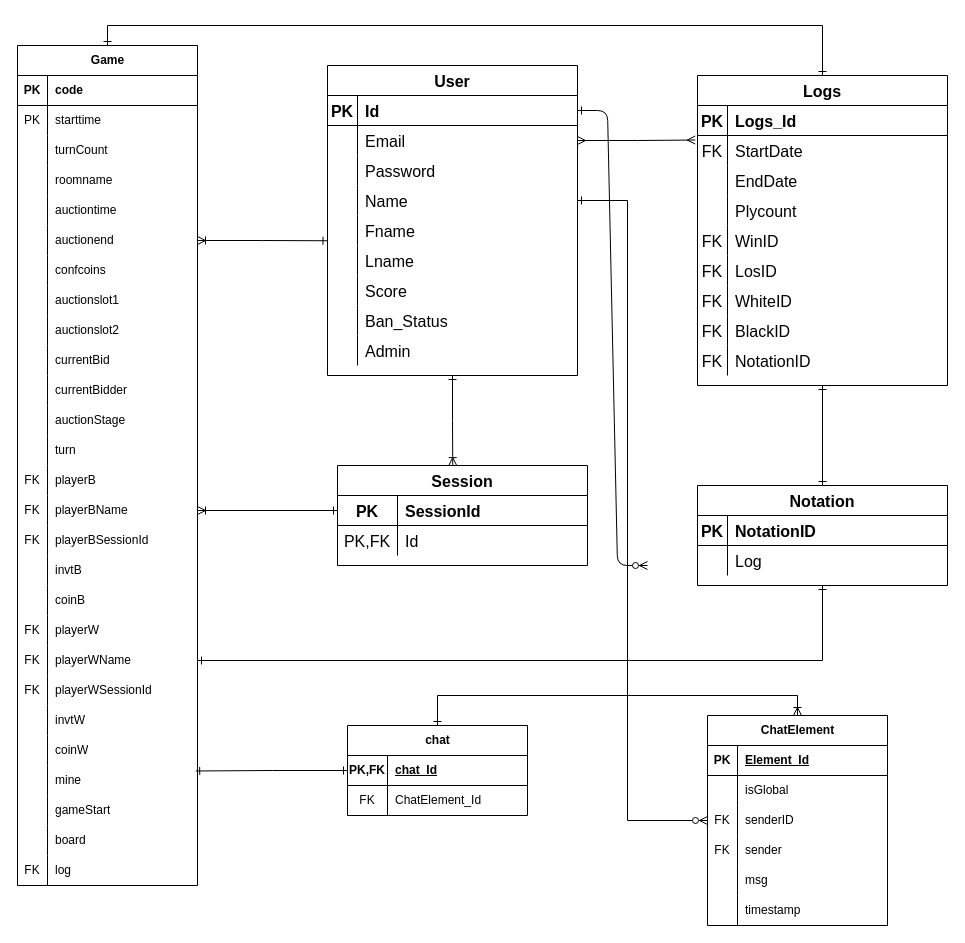
This is Diagrams/ERD.drawio from paowick/ChessButEbay, a draw.io file, before an edit. Source tidied: cells renumbered, new cells numbered last; positions are measured from the earlier drawing's top-left corner, leaving out a move shared by most shapes. Both pictures are drawn from the tidied source at 100%, with x=0, y=0 at pixel (17, 25).
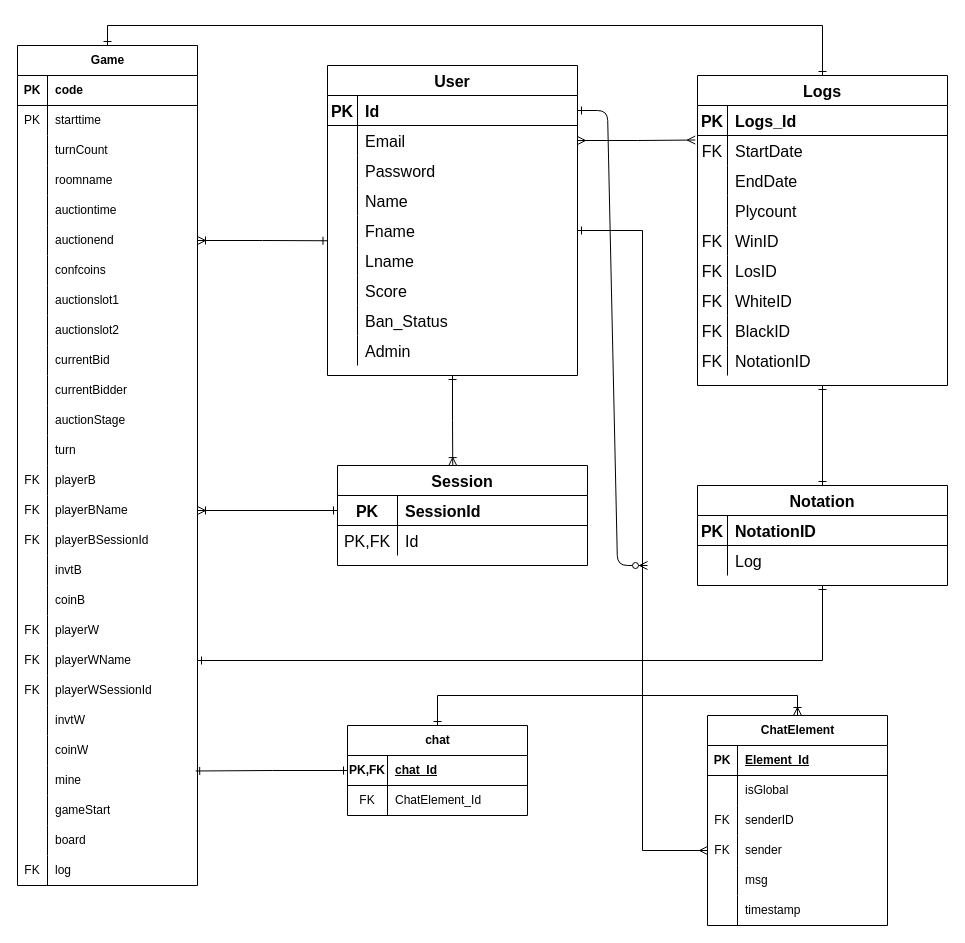
The same page after the edit.

The change refers to these unchanged cells:
```xml
<mxCell id="51" style="shape=partialRectangle;fillColor=none;points=[[0,0.5],[1,0.5]];portConstraint=eastwest;top=0;left=0;right=0;bottom=0;fontFamily=thai sarabun new;fontSize=16;fontStyle=0;" parent="41" vertex="1">
  <mxGeometry y="120" width="250" height="30" as="geometry" />
</mxCell>
<mxCell id="54" style="shape=partialRectangle;fillColor=none;points=[[0,0.5],[1,0.5]];portConstraint=eastwest;top=0;left=0;right=0;bottom=0;fontFamily=thai sarabun new;fontSize=16;fontStyle=0;" parent="41" vertex="1">
  <mxGeometry y="150" width="250" height="30" as="geometry" />
</mxCell>
<mxCell id="172" style="shape=tableRow;horizontal=0;startSize=0;swimlaneHead=0;swimlaneBody=0;fillColor=none;points=[[0,0.5],[1,0.5]];portConstraint=eastwest;top=0;left=0;right=0;bottom=0;" parent="165" vertex="1">
  <mxGeometry y="90" width="180" height="30" as="geometry" />
</mxCell>
<mxCell id="175" style="shape=tableRow;horizontal=0;startSize=0;swimlaneHead=0;swimlaneBody=0;fillColor=none;points=[[0,0.5],[1,0.5]];portConstraint=eastwest;top=0;left=0;right=0;bottom=0;" parent="165" vertex="1">
  <mxGeometry y="120" width="180" height="30" as="geometry" />
</mxCell>
```

What changed in the source:
```diff
@@
-    <mxCell id="40" style="edgeStyle=orthogonalEdgeStyle;rounded=0;jettySize=auto;html=1;startArrow=ERone;startFill=0;endArrow=ERzeroToMany;endFill=0;entryX=0;entryY=0.5;entryDx=0;entryDy=0;exitX=1;exitY=0.5;exitDx=0;exitDy=0;" parent="1" edge="1" source="51" target="172">
-      <mxGeometry relative="1" as="geometry">
-        <Array as="points">
-          <mxPoint x="610" y="175" />
-          <mxPoint x="610" y="795" />
-        </Array>
-      </mxGeometry>
-    </mxCell>
@@
+    <mxCell id="192" style="edgeStyle=orthogonalEdgeStyle;rounded=0;jettySize=auto;html=1;entryX=0;entryY=0.5;entryDx=0;entryDy=0;startArrow=ERone;startFill=0;endArrow=ERmany;endFill=0;" parent="1" edge="1" source="54" target="175">
+      <mxGeometry relative="1" as="geometry" />
+    </mxCell>
```
